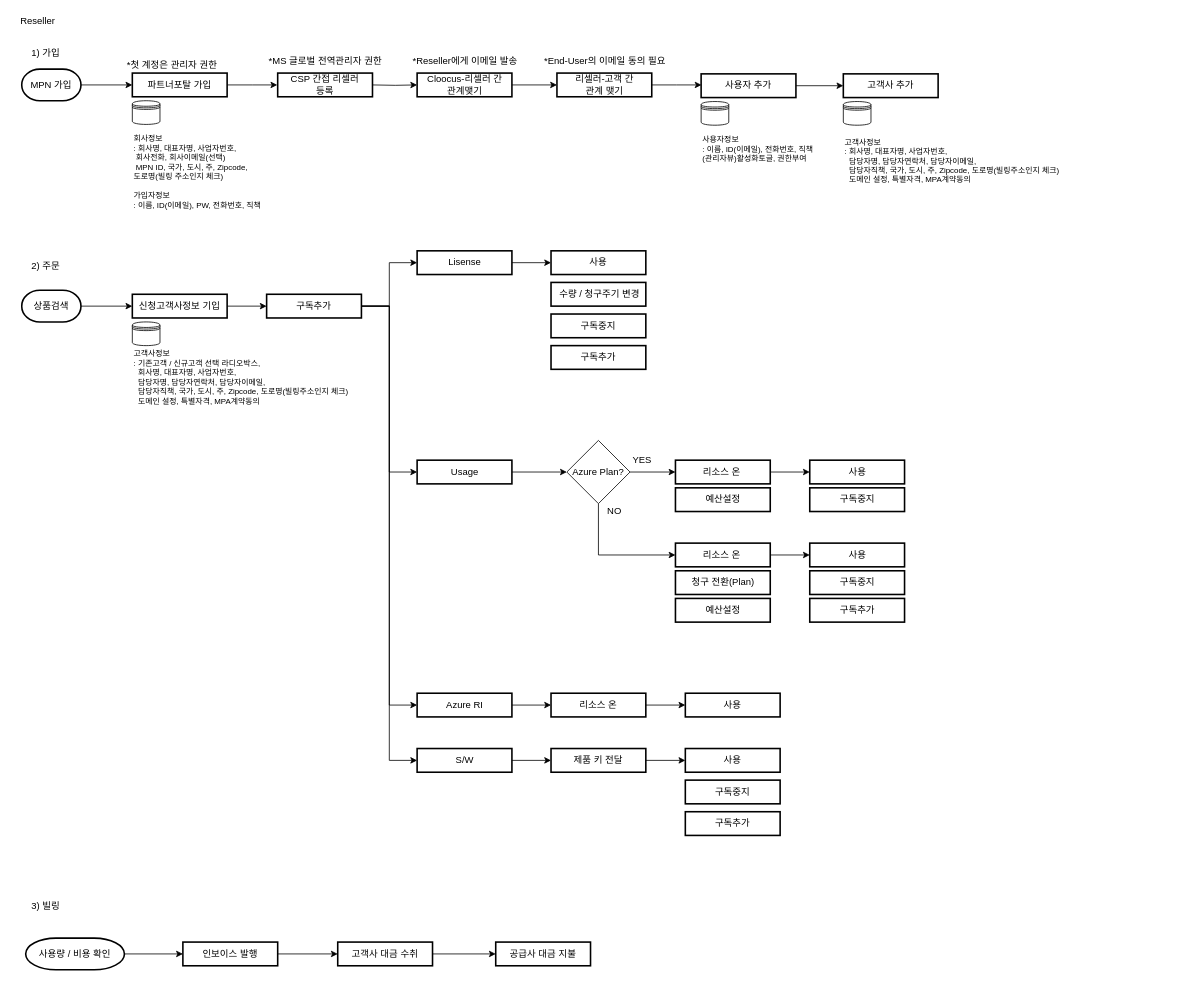
Above: 상품 별 Flow.drawio in Lucidhomme/TIL (draw.io), before the change. Source tidied: cells renumbered, new cells numbered last; positions are measured from the earlier drawing's top-left corner, leaving out a move shared by most shapes. Both pictures are drawn from the tidied source at 79%, with x=0, y=0 at pixel (13, 13).
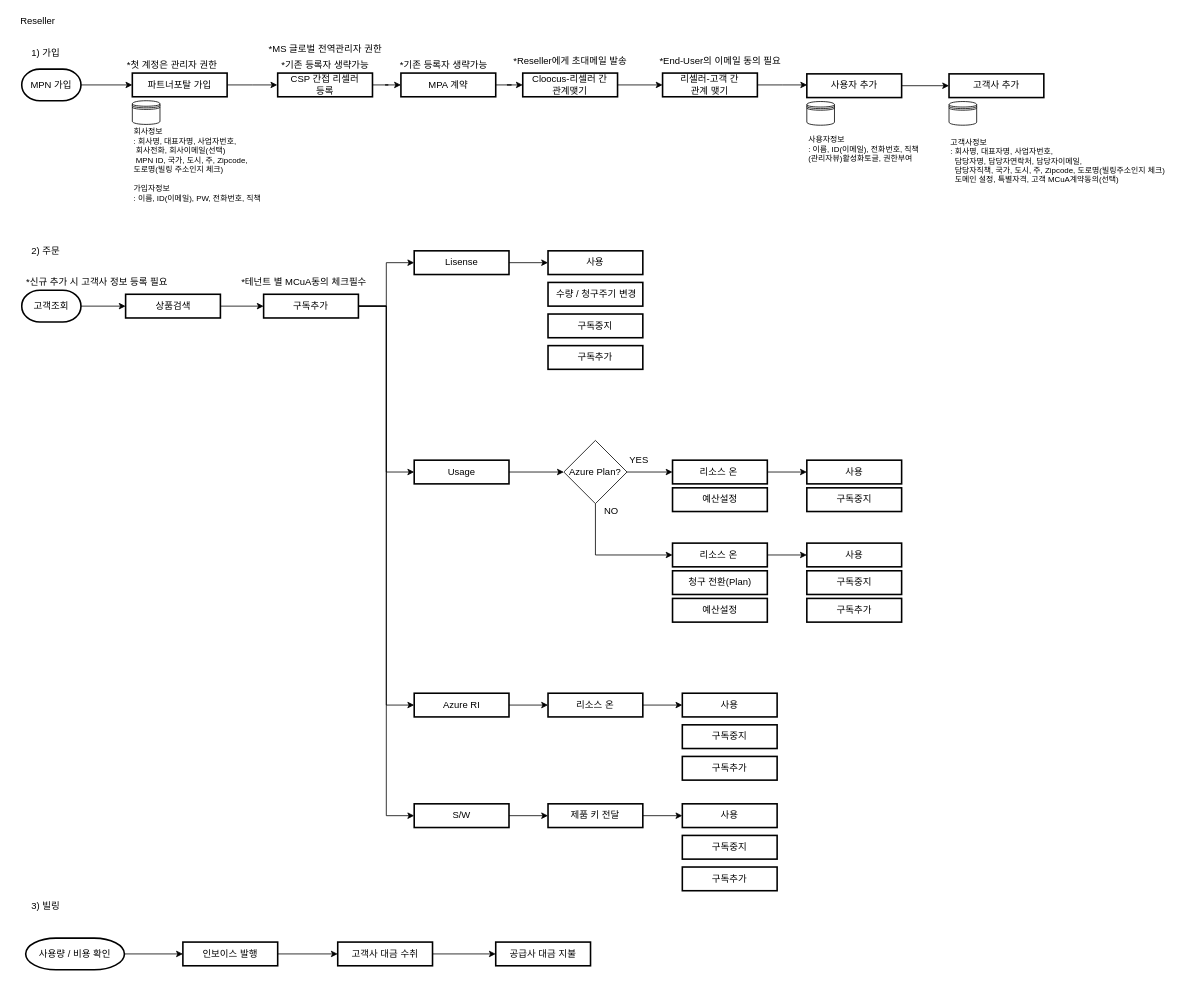
Above is the later version.

Unchanged cells that the change refers to:
```xml
<mxCell id="16" value="CSP 간접 리셀러&lt;br&gt;등록" style="whiteSpace=wrap;html=1;strokeWidth=2;" parent="1" vertex="1">
  <mxGeometry x="334" y="75" width="120" height="30" as="geometry" />
</mxCell>
```

The edit, as a diff of the source:
```diff
@@
     <mxCell id="3" value="2) 주문" style="text;html=1;align=center;verticalAlign=middle;fillColor=none;strokeColor=none;rounded=0;" parent="1" vertex="1">
-      <mxGeometry x="15" y="310" width="50" height="20" as="geometry" />
+      <mxGeometry x="15" y="290" width="50" height="20" as="geometry" />
     </mxCell>
@@
-    <mxCell id="11" style="edgeStyle=orthogonalEdgeStyle;rounded=0;jettySize=auto;html=1;entryX=0;entryY=0.5;entryDx=0;entryDy=0;" parent="1" edge="1" target="13">
-      <mxGeometry relative="1" as="geometry">
-        <mxPoint x="454" y="90" as="sourcePoint" />
-      </mxGeometry>
-    </mxCell>
@@
     <mxCell id="13" value="Cloocus-리셀러 간&lt;br&gt;관계맺기" style="whiteSpace=wrap;html=1;strokeWidth=2;" parent="1" vertex="1">
-      <mxGeometry x="510.5" y="75" width="120" height="30" as="geometry" />
+      <mxGeometry x="644.2" y="75" width="120" height="30" as="geometry" />
     </mxCell>
     <mxCell id="14" style="edgeStyle=orthogonalEdgeStyle;rounded=0;jettySize=auto;html=1;entryX=0;entryY=0.5;entryDx=0;entryDy=0;" parent="1" edge="1" source="15">
       <mxGeometry relative="1" as="geometry">
-        <mxPoint x="870.5" y="90" as="targetPoint" />
+        <mxPoint x="1004.2" y="90" as="targetPoint" />
       </mxGeometry>
     </mxCell>
     <mxCell id="15" value="리셀러-고객 간&lt;br&gt;관계 맺기" style="whiteSpace=wrap;html=1;strokeWidth=2;" parent="1" vertex="1">
-      <mxGeometry x="687.5" y="75" width="120" height="30" as="geometry" />
+      <mxGeometry x="821.2" y="75" width="120" height="30" as="geometry" />
     </mxCell>
+    <mxCell id="84" style="edgeStyle=orthogonalEdgeStyle;rounded=0;jettySize=auto;html=1;" parent="1" edge="1" source="16" target="88">
+      <mxGeometry relative="1" as="geometry" />
+    </mxCell>
@@
     <mxCell id="18" value="사용자 추가" style="whiteSpace=wrap;html=1;strokeWidth=2;" parent="1" vertex="1">
-      <mxGeometry x="870" y="76" width="120" height="30" as="geometry" />
+      <mxGeometry x="1003.8" y="76" width="120" height="30" as="geometry" />
     </mxCell>
     <mxCell id="19" value="고객사 추가" style="whiteSpace=wrap;html=1;strokeWidth=2;" parent="1" vertex="1">
-      <mxGeometry x="1050" y="76" width="120" height="30" as="geometry" />
+      <mxGeometry x="1183.8" y="76" width="120" height="30" as="geometry" />
     </mxCell>
     <mxCell id="20" value="*End-User의 이메일 동의 필요" style="text;html=1;align=center;verticalAlign=middle;fillColor=none;strokeColor=none;rounded=0;" parent="1" vertex="1">
-      <mxGeometry x="657.5" y="50" width="180" height="20" as="geometry" />
+      <mxGeometry x="803.8" y="50" width="180" height="20" as="geometry" />
     </mxCell>
     <mxCell id="21" value="회사정보&lt;br&gt;: 회사명, 대표자명, 사업자번호, &lt;br&gt;&amp;nbsp;회사전화, 회사이메일(선택)&lt;br style=&quot;font-size: 10px&quot;&gt;&amp;nbsp;MPN ID, 국가, 도시, 주, Zipcode, &lt;br&gt;도로명(빌링 주소인지 체크)&lt;br style=&quot;font-size: 10px&quot;&gt;&lt;div style=&quot;font-size: 10px&quot;&gt;&lt;span style=&quot;font-size: 10px&quot;&gt;&lt;br&gt;&lt;/span&gt;&lt;/div&gt;&lt;div style=&quot;font-size: 10px&quot;&gt;&lt;span style=&quot;font-size: 10px&quot;&gt;가입자정보&lt;/span&gt;&lt;/div&gt;&lt;div style=&quot;font-size: 10px&quot;&gt;&lt;span style=&quot;font-size: 10px&quot;&gt;: 이름, ID(이메일), PW, 전화번호, 직책&lt;/span&gt;&lt;/div&gt;" style="text;html=1;align=left;verticalAlign=middle;fillColor=none;strokeColor=none;rounded=0;fontSize=10;" parent="1" vertex="1">
-      <mxGeometry x="150" y="150" width="190" height="100" as="geometry" />
+      <mxGeometry x="150" y="141" width="190" height="100" as="geometry" />
     </mxCell>
@@
     <mxCell id="23" style="shape=datastore;whiteSpace=wrap;html=1;" parent="1" vertex="1">
-      <mxGeometry x="870" y="111" width="35" height="30" as="geometry" />
+      <mxGeometry x="1003.8" y="111" width="35" height="30" as="geometry" />
     </mxCell>
     <mxCell id="24" value="&lt;span&gt;사용자정보&lt;/span&gt;&lt;br&gt;&lt;div style=&quot;font-size: 10px&quot;&gt;&lt;span style=&quot;font-size: 10px&quot;&gt;: 이름, ID(이메일), 전화번호, 직책&lt;/span&gt;&lt;/div&gt;&lt;div style=&quot;font-size: 10px&quot;&gt;&lt;span&gt;(관리자뷰)활성화토글, 권한부여&amp;nbsp;&lt;/span&gt;&lt;/div&gt;" style="text;html=1;align=left;verticalAlign=middle;fillColor=none;strokeColor=none;rounded=0;fontSize=10;" parent="1" vertex="1">
-      <mxGeometry x="870" y="151" width="160" height="40" as="geometry" />
+      <mxGeometry x="1003.8" y="151" width="160" height="40" as="geometry" />
     </mxCell>
     <mxCell id="25" style="shape=datastore;whiteSpace=wrap;html=1;" parent="1" vertex="1">
-      <mxGeometry x="1050" y="111" width="35" height="30" as="geometry" />
+      <mxGeometry x="1183.8" y="111" width="35" height="30" as="geometry" />
     </mxCell>
-    <mxCell id="26" value="&lt;span&gt;고객사정보&lt;/span&gt;&lt;br&gt;&lt;div style=&quot;font-size: 10px&quot;&gt;&lt;span style=&quot;font-size: 10px&quot;&gt;: 회사명, 대표자명, 사업자번호,&lt;br&gt;&lt;/span&gt;&lt;/div&gt;&lt;div style=&quot;font-size: 10px&quot;&gt;&lt;span style=&quot;font-size: 10px&quot;&gt;&amp;nbsp; 담당자명, 담당자연락처, 담당자이메일,&lt;/span&gt;&lt;/div&gt;&lt;div style=&quot;font-size: 10px&quot;&gt;&lt;span style=&quot;font-size: 10px&quot;&gt;&amp;nbsp; 담당자직책,&amp;nbsp;&lt;/span&gt;&lt;span&gt;국가, 도시, 주, Zipcode, 도로명(빌링주소인지 체크)&lt;/span&gt;&lt;/div&gt;&lt;div style=&quot;font-size: 10px&quot;&gt;&lt;span style=&quot;font-size: 10px&quot;&gt;&amp;nbsp; 도메인 설정, 특별자격, MPA계약동의&lt;/span&gt;&lt;/div&gt;" style="text;html=1;align=left;verticalAlign=middle;fillColor=none;strokeColor=none;rounded=0;fontSize=10;" parent="1" vertex="1">
-      <mxGeometry x="1050" y="151" width="300" height="70" as="geometry" />
+    <mxCell id="26" value="&lt;span&gt;고객사정보&lt;/span&gt;&lt;br&gt;&lt;div style=&quot;font-size: 10px&quot;&gt;&lt;span style=&quot;font-size: 10px&quot;&gt;: 회사명, 대표자명, 사업자번호,&lt;br&gt;&lt;/span&gt;&lt;/div&gt;&lt;div style=&quot;font-size: 10px&quot;&gt;&lt;span style=&quot;font-size: 10px&quot;&gt;&amp;nbsp; 담당자명, 담당자연락처, 담당자이메일,&lt;/span&gt;&lt;/div&gt;&lt;div style=&quot;font-size: 10px&quot;&gt;&lt;span style=&quot;font-size: 10px&quot;&gt;&amp;nbsp; 담당자직책,&amp;nbsp;&lt;/span&gt;&lt;span&gt;국가, 도시, 주, Zipcode, 도로명(빌링주소인지 체크)&lt;/span&gt;&lt;/div&gt;&lt;div style=&quot;font-size: 10px&quot;&gt;&lt;span style=&quot;font-size: 10px&quot;&gt;&amp;nbsp; 도메인 설정, 특별자격, 고객 MCuA계약동의(선택)&lt;/span&gt;&lt;/div&gt;" style="text;html=1;align=left;verticalAlign=middle;fillColor=none;strokeColor=none;rounded=0;fontSize=10;" parent="1" vertex="1">
+      <mxGeometry x="1183.8" y="151" width="300" height="70" as="geometry" />
     </mxCell>
-    <mxCell id="27" value="*Reseller에게 이메일 발송" style="text;html=1;align=center;verticalAlign=middle;fillColor=none;strokeColor=none;rounded=0;" parent="1" vertex="1">
-      <mxGeometry x="495.5" y="50" width="150" height="20" as="geometry" />
+    <mxCell id="27" value="*Reseller에게 초대메일 발송" style="text;html=1;align=center;verticalAlign=middle;fillColor=none;strokeColor=none;rounded=0;" parent="1" vertex="1">
+      <mxGeometry x="619.2" y="50" width="170" height="20" as="geometry" />
     </mxCell>
     <mxCell id="28" value="*MS 글로벌 전역관리자 권한" style="text;html=1;align=center;verticalAlign=middle;fillColor=none;strokeColor=none;rounded=0;" parent="1" vertex="1">
-      <mxGeometry x="309" y="50" width="170" height="20" as="geometry" />
+      <mxGeometry x="309" y="35" width="170" height="20" as="geometry" />
     </mxCell>
-    <mxCell id="29" style="edgeStyle=orthogonalEdgeStyle;rounded=0;jettySize=auto;html=1;entryX=0;entryY=0.5;entryDx=0;entryDy=0;" parent="1" edge="1" source="30" target="32">
-      <mxGeometry relative="1" as="geometry" />
-    </mxCell>
+    <mxCell id="85" style="edgeStyle=orthogonalEdgeStyle;rounded=0;jettySize=auto;html=1;entryX=0;entryY=0.5;entryDx=0;entryDy=0;" parent="1" edge="1" source="30" target="90">
+      <mxGeometry relative="1" as="geometry" />
+    </mxCell>
-    <mxCell id="30" value="상품검색" style="strokeWidth=2;html=1;shape=mxgraph.flowchart.terminator;whiteSpace=wrap;" parent="1" vertex="1">
+    <mxCell id="30" value="고객조회" style="strokeWidth=2;html=1;shape=mxgraph.flowchart.terminator;whiteSpace=wrap;" parent="1" vertex="1">
       <mxGeometry x="10" y="350" width="75" height="40" as="geometry" />
     </mxCell>
-    <mxCell id="31" style="edgeStyle=orthogonalEdgeStyle;rounded=0;jettySize=auto;html=1;" parent="1" edge="1" source="32" target="37">
+    <mxCell id="31" style="edgeStyle=orthogonalEdgeStyle;rounded=0;jettySize=auto;html=1;startArrow=none;" parent="1" edge="1" source="90" target="37">
       <mxGeometry relative="1" as="geometry" />
     </mxCell>
-    <mxCell id="32" value="신청고객사정보 기입" style="whiteSpace=wrap;html=1;strokeWidth=2;" parent="1" vertex="1">
-      <mxGeometry x="150" y="355" width="120" height="30" as="geometry" />
-    </mxCell>
@@
     <mxCell id="37" value="구독추가" style="whiteSpace=wrap;html=1;strokeWidth=2;" parent="1" vertex="1">
-      <mxGeometry x="320" y="355" width="120" height="30" as="geometry" />
+      <mxGeometry x="316.2" y="355" width="120" height="30" as="geometry" />
     </mxCell>
@@
     <mxCell id="39" value="Lisense" style="whiteSpace=wrap;html=1;strokeWidth=2;" parent="1" vertex="1">
-      <mxGeometry x="510.5" y="300" width="120" height="30" as="geometry" />
+      <mxGeometry x="506.8" y="300" width="120" height="30" as="geometry" />
     </mxCell>
@@
     <mxCell id="41" value="Usage" style="whiteSpace=wrap;html=1;strokeWidth=2;" parent="1" vertex="1">
-      <mxGeometry x="510.5" y="565" width="120" height="30" as="geometry" />
+      <mxGeometry x="506.8" y="565" width="120" height="30" as="geometry" />
     </mxCell>
@@
     <mxCell id="43" value="Azure RI" style="whiteSpace=wrap;html=1;strokeWidth=2;" parent="1" vertex="1">
-      <mxGeometry x="510.5" y="860" width="120" height="30" as="geometry" />
+      <mxGeometry x="506.8" y="860" width="120" height="30" as="geometry" />
     </mxCell>
@@
     <mxCell id="45" value="S/W" style="whiteSpace=wrap;html=1;strokeWidth=2;" parent="1" vertex="1">
-      <mxGeometry x="510.5" y="930" width="120" height="30" as="geometry" />
+      <mxGeometry x="506.8" y="1000" width="120" height="30" as="geometry" />
     </mxCell>
     <mxCell id="46" value="&amp;nbsp;수량 / 청구주기 변경" style="whiteSpace=wrap;html=1;strokeWidth=2;" parent="1" vertex="1">
-      <mxGeometry x="680" y="340" width="120" height="30" as="geometry" />
+      <mxGeometry x="676.2" y="340" width="120" height="30" as="geometry" />
     </mxCell>
     <mxCell id="47" value="구독중지" style="whiteSpace=wrap;html=1;strokeWidth=2;" parent="1" vertex="1">
-      <mxGeometry x="680" y="380" width="120" height="30" as="geometry" />
+      <mxGeometry x="676.2" y="380" width="120" height="30" as="geometry" />
     </mxCell>
     <mxCell id="48" value="사용" style="whiteSpace=wrap;html=1;strokeWidth=2;" parent="1" vertex="1">
-      <mxGeometry x="680" y="300" width="120" height="30" as="geometry" />
+      <mxGeometry x="676.2" y="300" width="120" height="30" as="geometry" />
     </mxCell>
     <mxCell id="49" value="구독중지" style="whiteSpace=wrap;html=1;strokeWidth=2;" parent="1" vertex="1">
-      <mxGeometry x="1007.5" y="600" width="120" height="30" as="geometry" />
+      <mxGeometry x="1003.8" y="600" width="120" height="30" as="geometry" />
     </mxCell>
     <mxCell id="50" value="청구 전환(Plan)" style="whiteSpace=wrap;html=1;strokeWidth=2;" parent="1" vertex="1">
-      <mxGeometry x="837.5" y="705" width="120" height="30" as="geometry" />
+      <mxGeometry x="833.8" y="705" width="120" height="30" as="geometry" />
     </mxCell>
@@
     <mxCell id="52" value="리소스 온&amp;nbsp;" style="whiteSpace=wrap;html=1;strokeWidth=2;" parent="1" vertex="1">
-      <mxGeometry x="837.5" y="565" width="120" height="30" as="geometry" />
+      <mxGeometry x="833.8" y="565" width="120" height="30" as="geometry" />
     </mxCell>
     <mxCell id="53" value="구독추가" style="whiteSpace=wrap;html=1;strokeWidth=2;" parent="1" vertex="1">
-      <mxGeometry x="680" y="420" width="120" height="30" as="geometry" />
+      <mxGeometry x="676.2" y="420" width="120" height="30" as="geometry" />
     </mxCell>
-    <mxCell id="54" value="&lt;span&gt;고객사정보&lt;/span&gt;&lt;br&gt;&lt;div style=&quot;font-size: 10px&quot;&gt;&lt;span style=&quot;font-size: 10px&quot;&gt;: 기존고객 / 신규고객 선택 라디오박스,&lt;/span&gt;&lt;/div&gt;&lt;div style=&quot;font-size: 10px&quot;&gt;&lt;span style=&quot;font-size: 10px&quot;&gt;&amp;nbsp; 회사명, 대표자명, 사업자번호,&lt;br&gt;&lt;/span&gt;&lt;/div&gt;&lt;div style=&quot;font-size: 10px&quot;&gt;&lt;span style=&quot;font-size: 10px&quot;&gt;&amp;nbsp; 담당자명, 담당자연락처, 담당자이메일,&lt;/span&gt;&lt;/div&gt;&lt;div style=&quot;font-size: 10px&quot;&gt;&lt;span style=&quot;font-size: 10px&quot;&gt;&amp;nbsp; 담당자직책,&amp;nbsp;&lt;/span&gt;&lt;span&gt;국가, 도시, 주, Zipcode, 도로명(빌링주소인지 체크)&lt;/span&gt;&lt;/div&gt;&lt;div style=&quot;font-size: 10px&quot;&gt;&lt;span style=&quot;font-size: 10px&quot;&gt;&amp;nbsp; 도메인 설정, 특별자격, MPA계약동의&lt;/span&gt;&lt;/div&gt;" style="text;html=1;align=left;verticalAlign=middle;fillColor=none;strokeColor=none;rounded=0;fontSize=10;" parent="1" vertex="1">
-      <mxGeometry x="150" y="420" width="300" height="80" as="geometry" />
-    </mxCell>
@@
     <mxCell id="56" style="edgeStyle=orthogonalEdgeStyle;rounded=0;jettySize=auto;html=1;entryX=0;entryY=0.5;entryDx=0;entryDy=0;" parent="1" edge="1" source="57" target="63">
       <mxGeometry relative="1" as="geometry">
         <Array as="points">
-          <mxPoint x="740" y="685" />
+          <mxPoint x="736.2" y="685" />
         </Array>
       </mxGeometry>
     </mxCell>
     <mxCell id="57" value="Azure Plan?" style="rhombus;whiteSpace=wrap;html=1;" parent="1" vertex="1">
-      <mxGeometry x="700" y="540" width="80" height="80" as="geometry" />
+      <mxGeometry x="696.2" y="540" width="80" height="80" as="geometry" />
     </mxCell>
     <mxCell id="58" value="사용" style="whiteSpace=wrap;html=1;strokeWidth=2;" parent="1" vertex="1">
-      <mxGeometry x="1007.5" y="565" width="120" height="30" as="geometry" />
+      <mxGeometry x="1003.8" y="565" width="120" height="30" as="geometry" />
     </mxCell>
     <mxCell id="59" value="YES" style="text;html=1;align=center;verticalAlign=middle;fillColor=none;strokeColor=none;rounded=0;" parent="1" vertex="1">
-      <mxGeometry x="775" y="555" width="40" height="20" as="geometry" />
+      <mxGeometry x="771.2" y="555" width="40" height="20" as="geometry" />
     </mxCell>
     <mxCell id="60" value="NO" style="text;html=1;align=center;verticalAlign=middle;fillColor=none;strokeColor=none;rounded=0;" parent="1" vertex="1">
-      <mxGeometry x="745" y="620" width="30" height="20" as="geometry" />
+      <mxGeometry x="741.2" y="620" width="30" height="20" as="geometry" />
     </mxCell>
     <mxCell id="61" value="예산설정" style="whiteSpace=wrap;html=1;strokeWidth=2;" parent="1" vertex="1">
-      <mxGeometry x="837.5" y="600" width="120" height="30" as="geometry" />
+      <mxGeometry x="833.8" y="600" width="120" height="30" as="geometry" />
     </mxCell>
@@
     <mxCell id="63" value="리소스 온&amp;nbsp;" style="whiteSpace=wrap;html=1;strokeWidth=2;" parent="1" vertex="1">
-      <mxGeometry x="837.5" y="670" width="120" height="30" as="geometry" />
+      <mxGeometry x="833.8" y="670" width="120" height="30" as="geometry" />
     </mxCell>
     <mxCell id="64" value="예산설정" style="whiteSpace=wrap;html=1;strokeWidth=2;" parent="1" vertex="1">
-      <mxGeometry x="837.5" y="740" width="120" height="30" as="geometry" />
+      <mxGeometry x="833.8" y="740" width="120" height="30" as="geometry" />
     </mxCell>
     <mxCell id="65" value="구독중지" style="whiteSpace=wrap;html=1;strokeWidth=2;" parent="1" vertex="1">
-      <mxGeometry x="1007.5" y="705" width="120" height="30" as="geometry" />
+      <mxGeometry x="1003.8" y="705" width="120" height="30" as="geometry" />
     </mxCell>
     <mxCell id="66" value="사용" style="whiteSpace=wrap;html=1;strokeWidth=2;" parent="1" vertex="1">
-      <mxGeometry x="1007.5" y="670" width="120" height="30" as="geometry" />
+      <mxGeometry x="1003.8" y="670" width="120" height="30" as="geometry" />
     </mxCell>
     <mxCell id="67" value="구독추가" style="whiteSpace=wrap;html=1;strokeWidth=2;" parent="1" vertex="1">
-      <mxGeometry x="1007.5" y="740" width="120" height="30" as="geometry" />
+      <mxGeometry x="1003.8" y="740" width="120" height="30" as="geometry" />
     </mxCell>
@@
     <mxCell id="69" value="리소스 온" style="whiteSpace=wrap;html=1;strokeWidth=2;" parent="1" vertex="1">
-      <mxGeometry x="680" y="860" width="120" height="30" as="geometry" />
+      <mxGeometry x="676.2" y="860" width="120" height="30" as="geometry" />
     </mxCell>
     <mxCell id="70" value="사용" style="whiteSpace=wrap;html=1;strokeWidth=2;" parent="1" vertex="1">
-      <mxGeometry x="850" y="860" width="120" height="30" as="geometry" />
+      <mxGeometry x="846.2" y="860" width="120" height="30" as="geometry" />
     </mxCell>
     <mxCell id="71" value="구독중지" style="whiteSpace=wrap;html=1;strokeWidth=2;" parent="1" vertex="1">
-      <mxGeometry x="850" y="970" width="120" height="30" as="geometry" />
+      <mxGeometry x="846.2" y="1040" width="120" height="30" as="geometry" />
     </mxCell>
     <mxCell id="72" value="사용" style="whiteSpace=wrap;html=1;strokeWidth=2;" parent="1" vertex="1">
-      <mxGeometry x="850" y="930" width="120" height="30" as="geometry" />
+      <mxGeometry x="846.2" y="1000" width="120" height="30" as="geometry" />
     </mxCell>
     <mxCell id="73" value="구독추가" style="whiteSpace=wrap;html=1;strokeWidth=2;" parent="1" vertex="1">
-      <mxGeometry x="850" y="1010" width="120" height="30" as="geometry" />
+      <mxGeometry x="846.2" y="1080" width="120" height="30" as="geometry" />
     </mxCell>
@@
     <mxCell id="75" value="제품 키 전달" style="whiteSpace=wrap;html=1;strokeWidth=2;" parent="1" vertex="1">
-      <mxGeometry x="680" y="930" width="120" height="30" as="geometry" />
+      <mxGeometry x="676.2" y="1000" width="120" height="30" as="geometry" />
     </mxCell>
-    <mxCell id="76" style="shape=datastore;whiteSpace=wrap;html=1;" parent="1" vertex="1">
-      <mxGeometry x="150" y="390" width="35" height="30" as="geometry" />
-    </mxCell>
@@
+    <mxCell id="86" value="*기존 등록자 생략가능" style="text;html=1;align=center;verticalAlign=middle;fillColor=none;strokeColor=none;rounded=0;" parent="1" vertex="1">
+      <mxGeometry x="329" y="55" width="130" height="20" as="geometry" />
+    </mxCell>
+    <mxCell id="87" style="edgeStyle=orthogonalEdgeStyle;rounded=0;jettySize=auto;html=1;entryX=0;entryY=0.5;entryDx=0;entryDy=0;" parent="1" edge="1" source="88" target="13">
+      <mxGeometry relative="1" as="geometry" />
+    </mxCell>
+    <mxCell id="88" value="MPA 계약" style="whiteSpace=wrap;html=1;strokeWidth=2;" parent="1" vertex="1">
+      <mxGeometry x="490" y="75" width="120" height="30" as="geometry" />
+    </mxCell>
+    <mxCell id="89" value="*기존 등록자 생략가능" style="text;html=1;align=center;verticalAlign=middle;fillColor=none;strokeColor=none;rounded=0;" parent="1" vertex="1">
+      <mxGeometry x="479" y="55" width="130" height="20" as="geometry" />
+    </mxCell>
+    <mxCell id="90" value="상품검색" style="whiteSpace=wrap;html=1;strokeWidth=2;" parent="1" vertex="1">
+      <mxGeometry x="141.5" y="355" width="120" height="30" as="geometry" />
+    </mxCell>
+    <mxCell id="91" value="*신규 추가 시 고객사 정보 등록 필요" style="text;html=1;align=center;verticalAlign=middle;fillColor=none;strokeColor=none;rounded=0;" parent="1" vertex="1">
+      <mxGeometry y="330" width="210" height="20" as="geometry" />
+    </mxCell>
+    <mxCell id="92" value="*테넌트 별 MCuA동의 체크필수" style="text;html=1;align=center;verticalAlign=middle;fillColor=none;strokeColor=none;rounded=0;" parent="1" vertex="1">
+      <mxGeometry x="276.5" y="330" width="180" height="20" as="geometry" />
+    </mxCell>
+    <mxCell id="93" value="구독중지" style="whiteSpace=wrap;html=1;strokeWidth=2;" parent="1" vertex="1">
+      <mxGeometry x="846.2" y="900" width="120" height="30" as="geometry" />
+    </mxCell>
+    <mxCell id="94" value="구독추가" style="whiteSpace=wrap;html=1;strokeWidth=2;" parent="1" vertex="1">
+      <mxGeometry x="846.2" y="940" width="120" height="30" as="geometry" />
+    </mxCell>
```
